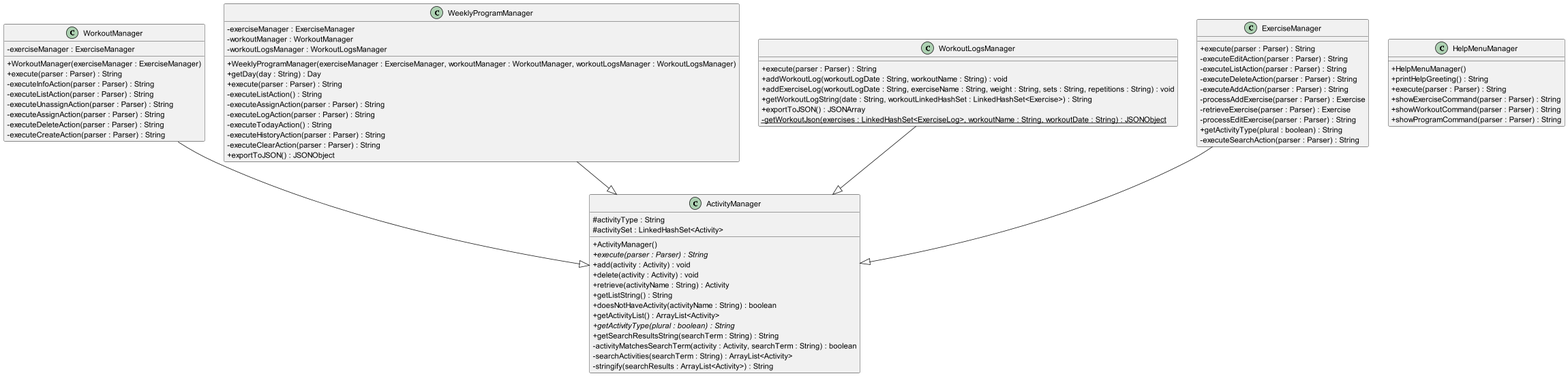
Earlier version of the PlantUML export docs/diagrams/ActivityManagerClassDiagram.png (joshualeejunyi/tp).
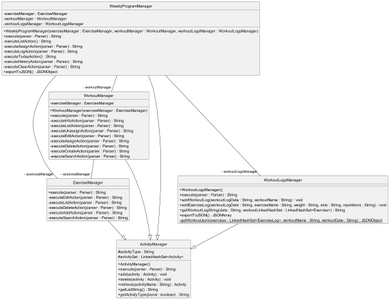
After the commit.

What changed in the source:
```diff
@@ -1,5 +1,17 @@
 @startuml
 skinparam classAttributeIconSize 0
+skinparam style strictuml
+hide circle
+
+class ExerciseManager{
++ execute(parser : Parser) : String
+- executeEditAction(parser : Parser) : String
+- executeListAction(parser : Parser) : String
+- executeDeleteAction(parser : Parser) : String
+- executeAddAction(parser : Parser) : String
+- executeSearchAction(parser : Parser) : String
+}
+ExerciseManager --|> ActivityManager
 class WorkoutManager{
 - exerciseManager : ExerciseManager
 + WorkoutManager(exerciseManager : ExerciseManager)
@@ -7,25 +19,28 @@
 - executeInfoAction(parser : Parser) : String
 - executeListAction(parser : Parser) : String
 - executeUnassignAction(parser : Parser) : String
+- executeEditAction(parser : Parser) : String
 - executeAssignAction(parser : Parser) : String
 - executeDeleteAction(parser : Parser) : String
 - executeCreateAction(parser : Parser) : String
+- executeSearchAction(parser : Parser) : String
 }
 WorkoutManager --|> ActivityManager
-class HelpMenuManager{
-+ HelpMenuManager()
-+ printHelpGreeting() : String
+class WorkoutLogsManager{
++ WorkoutLogsManager()
 + execute(parser : Parser) : String
-+ showExerciseCommand(parser : Parser) : String
-+ showWorkoutCommand(parser : Parser) : String
-+ showProgramCommand(parser : Parser) : String
++ addWorkoutLog(workoutLogDate : String, workoutName : String) : void
++ addExerciseLog(workoutLogDate : String, exerciseName : String, weight : String, sets : String, repetitions : String) : void
++ getWorkoutLogString(date : String, workoutLinkedHashSet : LinkedHashSet<Exercise>) : String
++ exportToJSON() : JSONArray
+- {static} getWorkoutJson(exercises : LinkedHashSet<ExerciseLog>, workoutName : String, workoutDate : String) : JSONObject
 }
+WorkoutLogsManager --|> ActivityManager
 class WeeklyProgramManager{
 - exerciseManager : ExerciseManager
 - workoutManager : WorkoutManager
 - workoutLogsManager : WorkoutLogsManager
 + WeeklyProgramManager(exerciseManager : ExerciseManager, workoutManager : WorkoutManager, workoutLogsManager : WorkoutLogsManager)
-+ getDay(day : String) : Day
 + execute(parser : Parser) : String
 - executeListAction() : String
 - executeAssignAction(parser : Parser) : String
@@ -36,29 +51,7 @@
 + exportToJSON() : JSONObject
 }
 WeeklyProgramManager --|> ActivityManager
-class WorkoutLogsManager{
-+ execute(parser : Parser) : String
-+ addWorkoutLog(workoutLogDate : String, workoutName : String) : void
-+ addExerciseLog(workoutLogDate : String, exerciseName : String, weight : String, sets : String, repetitions : String) : void
-+ getWorkoutLogString(date : String, workoutLinkedHashSet : LinkedHashSet<Exercise>) : String
-+ exportToJSON() : JSONArray
-- {static} getWorkoutJson(exercises : LinkedHashSet<ExerciseLog>, workoutName : String, workoutDate : String) : JSONObject
-}
-WorkoutLogsManager --|> ActivityManager
-class ExerciseManager{
-+ execute(parser : Parser) : String
-- executeEditAction(parser : Parser) : String
-- executeListAction(parser : Parser) : String
-- executeDeleteAction(parser : Parser) : String
-- executeAddAction(parser : Parser) : String
-- processAddExercise(parser : Parser) : Exercise
-- retrieveExercise(parser : Parser) : Exercise
-- processEditExercise(parser : Parser) : String
-+ getActivityType(plural : boolean) : String
-- executeSearchAction(parser : Parser) : String
-}
-ExerciseManager --|> ActivityManager
-class ActivityManager{
+abstract class ActivityManager{
 # activityType : String
 # activitySet : LinkedHashSet<Activity>
 + ActivityManager()
@@ -67,12 +60,10 @@
 + delete(activity : Activity) : void
 + retrieve(activityName : String) : Activity
 + getListString() : String
-+ doesNotHaveActivity(activityName : String) : boolean
-+ getActivityList() : ArrayList<Activity>
 + {abstract} getActivityType(plural : boolean) : String
-+ getSearchResultsString(searchTerm : String) : String
-- activityMatchesSearchTerm(activity : Activity, searchTerm : String) : boolean
-- searchActivities(searchTerm : String) : ArrayList<Activity>
-- stringify(searchResults : ArrayList<Activity>) : String
 }
+WorkoutManager--"- exerciseManager" ExerciseManager
+WeeklyProgramManager--"- exerciseManager" ExerciseManager
+WeeklyProgramManager--"- workoutManager" WorkoutManager
+WeeklyProgramManager--"- workoutLogsManager" WorkoutLogsManager
 @enduml
```
